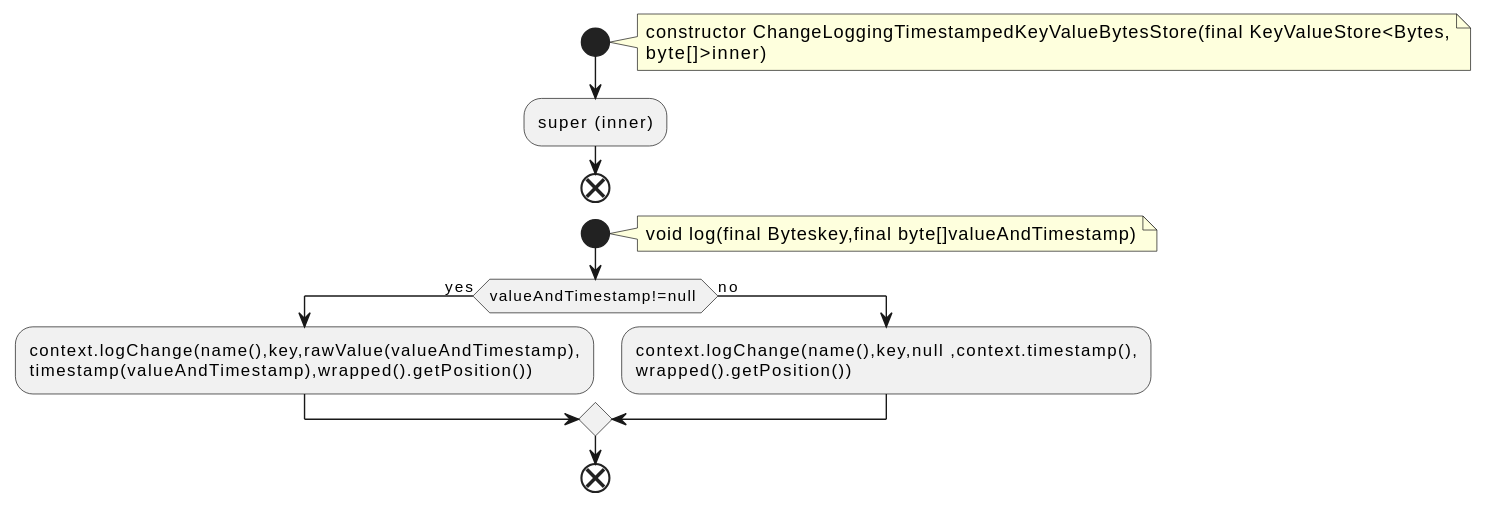
qualitesys/kafka keeps this PlantUML diagram as docs/qc/streams/src/main/java/org/apache/kafka/streams/state/internals/ChangeLoggingTimestampedKeyValueBytesStore.java.fct.svg. Above is the earlier version.
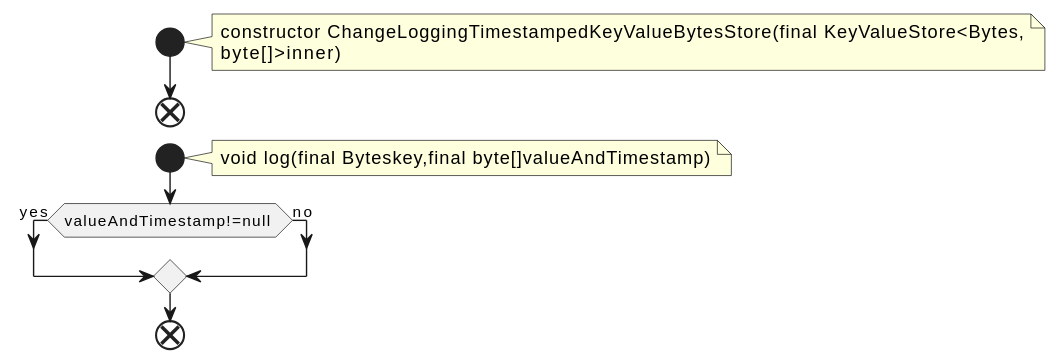
After the change.

Diff of the diagram source:
```diff
@@ -5,18 +5,13 @@
 constructor ChangeLoggingTimestampedKeyValueBytesStore(final KeyValueStore<Bytes,
 byte[]>inner)
 end note
-:super (inner);
 end
 start
 note right
 void log(final Byteskey,final byte[]valueAndTimestamp)
 end note
 if (valueAndTimestamp!=null ) then (yes)
-:context.logChange(name(),key,rawValue(valueAndTimestamp),
-timestamp(valueAndTimestamp),wrapped().getPosition());
 else (no)
-:context.logChange(name(),key,null ,context.timestamp(),
-wrapped().getPosition());
 endif
 end
 @enduml
```
